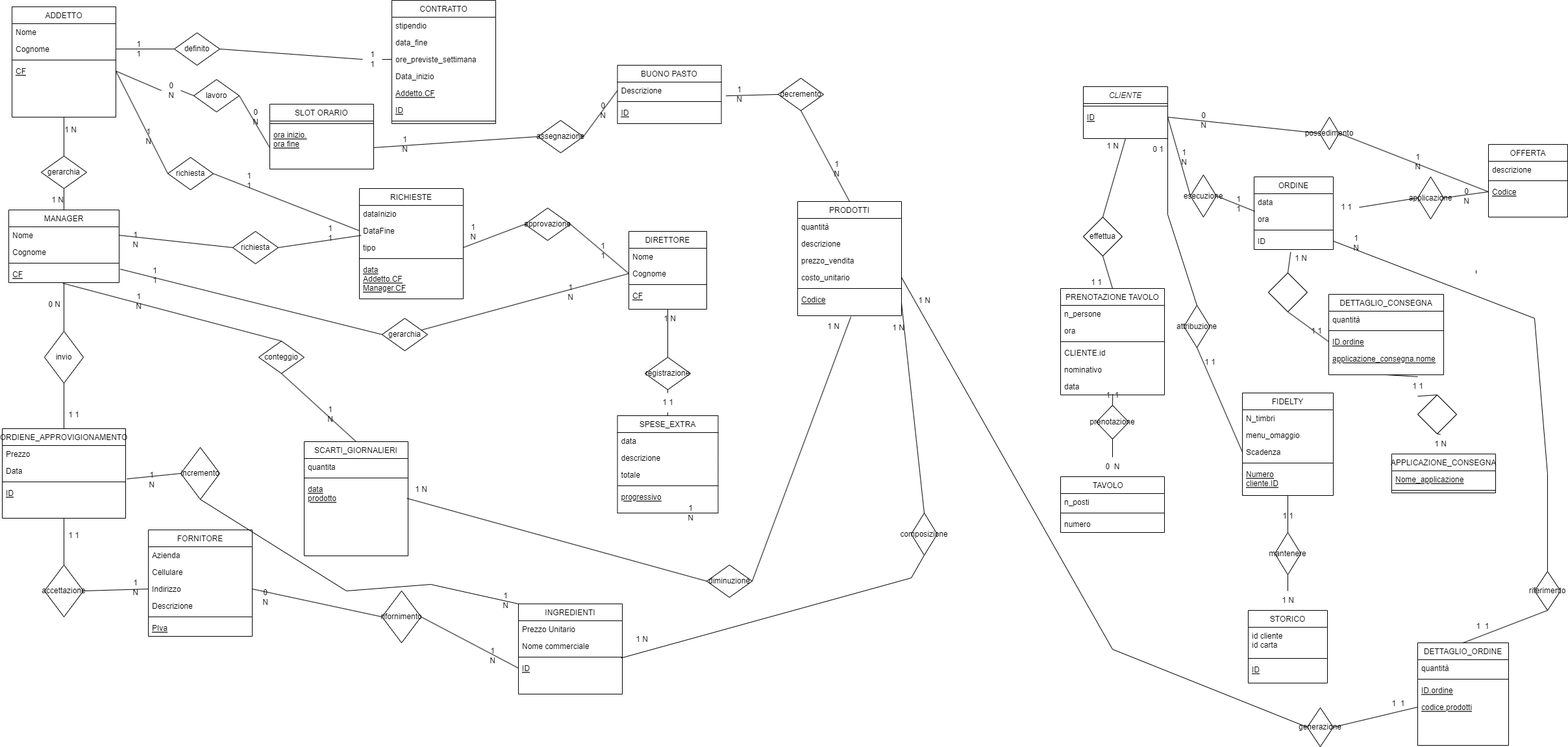
Earlier version of the draw.io export elaborato database/schema_finale.drawio (2).png (MattiaFlamigni/fastfood). Source tidied: cells renumbered, new cells last; positions are measured from the earlier drawing's top-left corner, leaving out a move shared by most shapes.
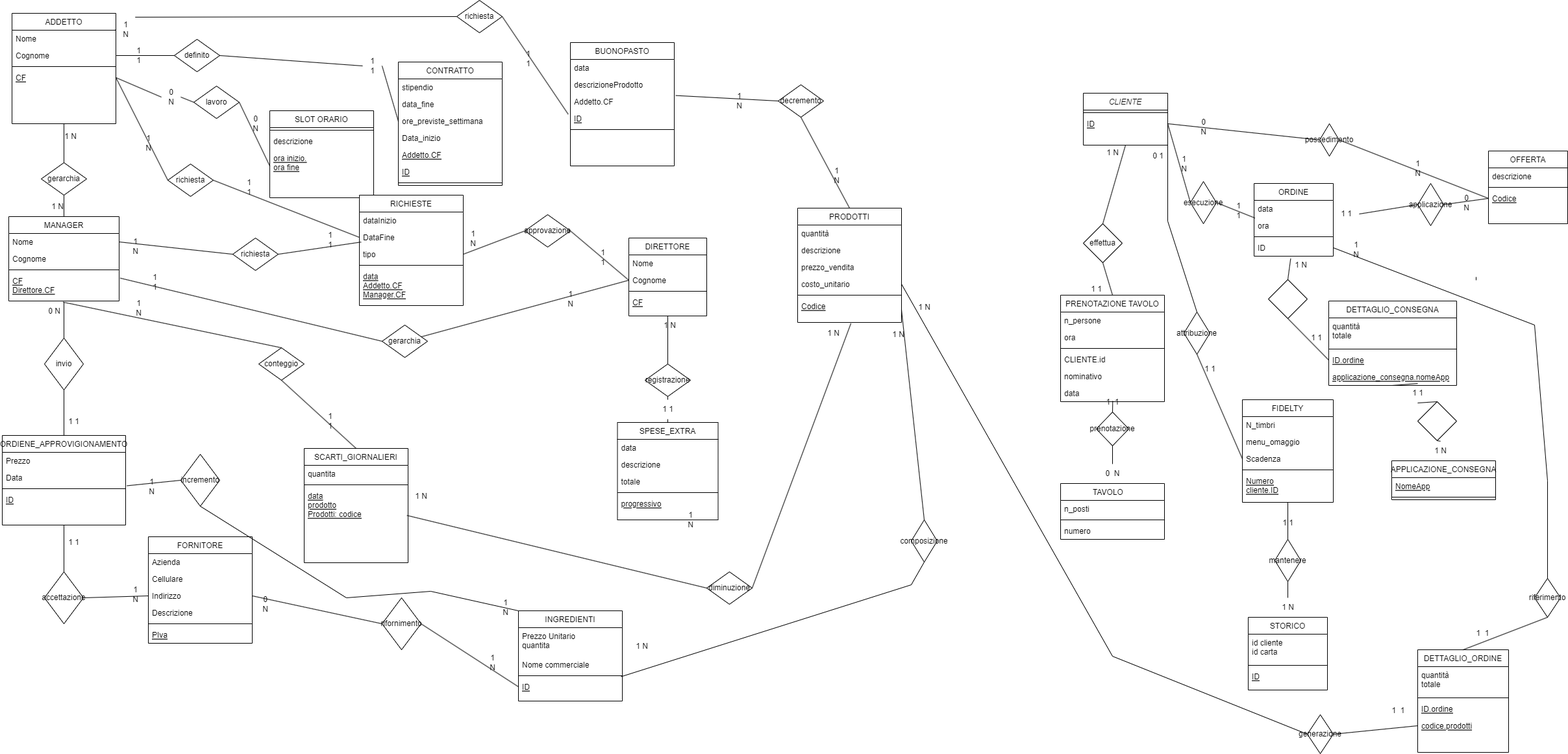
Later version of the same file.

Diff of the diagram source:
```diff
@@ -5,3 +5,3 @@
     <mxCell id="2" value="SLOT ORARIO" style="swimlane;fontStyle=0;align=center;verticalAlign=top;horizontal=1;startSize=26;rounded=0;shadow=0;strokeWidth=1;" parent="1" vertex="1">
-      <mxGeometry x="412" y="160" width="160" height="100" as="geometry" />
+      <mxGeometry x="412" y="160" width="160" height="134" as="geometry" />
     </mxCell>
@@ -10,17 +10,8 @@
     </mxCell>
+    <mxCell id="270" value="descrizione" style="text;align=left;verticalAlign=top;spacingLeft=4;spacingRight=4;overflow=hidden;fontStyle=0;" parent="2" vertex="1">
+      <mxGeometry y="34" width="160" height="26" as="geometry" />
+    </mxCell>
-    <mxCell id="4" value="ora inizio.&#10;ora fine" style="text;align=left;verticalAlign=top;spacingLeft=4;spacingRight=4;overflow=hidden;points=[[0,0.5],[1,0.5]];portConstraint=eastwest;fontStyle=4;" parent="2" vertex="1">
-      <mxGeometry y="34" width="160" height="66" as="geometry" />
+    <mxCell id="4" value="ora inizio.&#10;ora fine&#10;" style="text;align=left;verticalAlign=top;spacingLeft=4;spacingRight=4;overflow=hidden;points=[[0,0.5],[1,0.5]];portConstraint=eastwest;fontStyle=4;" parent="2" vertex="1">
+      <mxGeometry y="60" width="160" height="50" as="geometry" />
     </mxCell>
-    <mxCell id="5" value="BUONO PASTO" style="swimlane;fontStyle=0;align=center;verticalAlign=top;horizontal=1;startSize=26;rounded=0;shadow=0;strokeWidth=1;" parent="1" vertex="1">
-      <mxGeometry x="947.5" y="100" width="160" height="90" as="geometry" />
-    </mxCell>
-    <mxCell id="6" value="Descrizione" style="text;align=left;verticalAlign=top;spacingLeft=4;spacingRight=4;overflow=hidden;points=[[0,0.5],[1,0.5]];portConstraint=eastwest;" parent="5" vertex="1">
-      <mxGeometry y="26" width="160" height="26" as="geometry" />
-    </mxCell>
-    <mxCell id="7" style="line;html=1;strokeWidth=1;align=left;verticalAlign=middle;spacingTop=-1;spacingLeft=3;spacingRight=3;labelPosition=right;" parent="5" vertex="1">
-      <mxGeometry y="52" width="160" height="8" as="geometry" />
-    </mxCell>
-    <mxCell id="8" value="ID" style="text;align=left;verticalAlign=top;spacingLeft=4;spacingRight=4;overflow=hidden;points=[[0,0.5],[1,0.5]];portConstraint=eastwest;fontStyle=4;" parent="5" vertex="1">
-      <mxGeometry y="60" width="160" height="26" as="geometry" />
-    </mxCell>
     <mxCell id="9" value="RICHIESTE" style="swimlane;fontStyle=0;align=center;verticalAlign=top;horizontal=1;startSize=26;rounded=0;shadow=0;strokeWidth=1;" parent="1" vertex="1">
@@ -70,5 +61,2 @@
     </mxCell>
-    <mxCell id="24" value="assegnazione" style="rhombus;whiteSpace=wrap;html=1;" parent="1" vertex="1">
-      <mxGeometry x="825" y="185" width="70" height="50" as="geometry" />
-    </mxCell>
     <mxCell id="25" value="decremento" style="rhombus;whiteSpace=wrap;html=1;" parent="1" vertex="1">
@@ -82,6 +70,3 @@
     </mxCell>
-    <mxCell id="28" style="endArrow=none;html=1;rounded=0;entryX=0;entryY=0.5;entryDx=0;entryDy=0;exitX=1;exitY=0.5;exitDx=0;exitDy=0;" parent="1" edge="1" source="24" target="6">
-      <mxGeometry relative="1" as="geometry" />
-    </mxCell>
-    <mxCell id="29" style="endArrow=none;html=1;rounded=0;entryX=0;entryY=0.5;entryDx=0;entryDy=0;exitX=1.045;exitY=0.814;exitDx=0;exitDy=0;exitPerimeter=0;" parent="1" edge="1" source="6" target="25">
+    <mxCell id="29" style="endArrow=none;html=1;rounded=0;entryX=0;entryY=0.5;entryDx=0;entryDy=0;exitX=1.014;exitY=0.138;exitDx=0;exitDy=0;exitPerimeter=0;" parent="1" edge="1" source="274" target="25">
       <mxGeometry relative="1" as="geometry" />
@@ -130,4 +115,4 @@
     </mxCell>
-    <mxCell id="44" value="data&#10;prodotto" style="text;align=left;verticalAlign=top;spacingLeft=4;spacingRight=4;overflow=hidden;points=[[0,0.5],[1,0.5]];portConstraint=eastwest;fontStyle=4;" parent="41" vertex="1">
-      <mxGeometry y="60" width="160" height="38" as="geometry" />
+    <mxCell id="44" value="data&#10;prodotto&#10;Prodotti: codice" style="text;align=left;verticalAlign=top;spacingLeft=4;spacingRight=4;overflow=hidden;points=[[0,0.5],[1,0.5]];portConstraint=eastwest;fontStyle=4;" parent="41" vertex="1">
+      <mxGeometry y="60" width="160" height="60" as="geometry" />
     </mxCell>
@@ -179,3 +164,3 @@
     <mxCell id="60" value="MANAGER" style="swimlane;fontStyle=0;align=center;verticalAlign=top;horizontal=1;startSize=26;rounded=0;shadow=0;strokeWidth=1;" parent="1" vertex="1">
-      <mxGeometry x="10" y="323" width="170" height="112" as="geometry" />
+      <mxGeometry x="10" y="323" width="170" height="130" as="geometry" />
     </mxCell>
@@ -190,4 +175,4 @@
     </mxCell>
-    <mxCell id="64" value="CF" style="text;align=left;verticalAlign=top;spacingLeft=4;spacingRight=4;overflow=hidden;points=[[0,0.5],[1,0.5]];portConstraint=eastwest;fontStyle=4;" parent="60" vertex="1">
-      <mxGeometry y="86" width="170" height="26" as="geometry" />
+    <mxCell id="64" value="CF&#10;Direttore.CF" style="text;align=left;verticalAlign=top;spacingLeft=4;spacingRight=4;overflow=hidden;points=[[0,0.5],[1,0.5]];portConstraint=eastwest;fontStyle=4;" parent="60" vertex="1">
+      <mxGeometry y="86" width="170" height="44" as="geometry" />
     </mxCell>
@@ -253,13 +238,13 @@
     </mxCell>
-    <mxCell id="85" value="Prezzo Unitario" style="text;align=left;verticalAlign=top;spacingLeft=4;spacingRight=4;overflow=hidden;" parent="84" vertex="1">
-      <mxGeometry y="26" width="160" height="26" as="geometry" />
+    <mxCell id="85" value="Prezzo Unitario&#10;quantita" style="text;align=left;verticalAlign=top;spacingLeft=4;spacingRight=4;overflow=hidden;" parent="84" vertex="1">
+      <mxGeometry y="26" width="160" height="44" as="geometry" />
     </mxCell>
     <mxCell id="86" value="Nome commerciale" style="text;align=left;verticalAlign=top;spacingLeft=4;spacingRight=4;overflow=hidden;rounded=0;shadow=0;html=0;" parent="84" vertex="1">
-      <mxGeometry y="52" width="160" height="26" as="geometry" />
+      <mxGeometry y="70" width="160" height="26" as="geometry" />
     </mxCell>
     <mxCell id="87" style="line;html=1;strokeWidth=1;align=left;verticalAlign=middle;spacingTop=-1;spacingLeft=3;spacingRight=3;labelPosition=right;" parent="84" vertex="1">
-      <mxGeometry y="78" width="160" height="8" as="geometry" />
+      <mxGeometry y="96" width="160" height="8" as="geometry" />
     </mxCell>
     <mxCell id="88" value="ID" style="text;align=left;verticalAlign=top;spacingLeft=4;spacingRight=4;overflow=hidden;points=[[0,0.5],[1,0.5]];portConstraint=eastwest;fontStyle=4;" parent="84" vertex="1">
-      <mxGeometry y="86" width="160" height="26" as="geometry" />
+      <mxGeometry y="104" width="160" height="26" as="geometry" />
     </mxCell>
@@ -313,7 +298,4 @@
     </mxCell>
-    <mxCell id="105" style="endArrow=none;html=1;rounded=0;entryX=0;entryY=0.5;entryDx=0;entryDy=0;exitX=1;exitY=0.5;exitDx=0;exitDy=0;" parent="1" edge="1" source="4" target="24">
-      <mxGeometry relative="1" as="geometry" />
-    </mxCell>
     <mxCell id="106" value="CONTRATTO" style="swimlane;fontStyle=0;align=center;verticalAlign=top;horizontal=1;startSize=26;rounded=0;shadow=0;strokeWidth=1;" parent="1" vertex="1">
-      <mxGeometry x="600" width="160" height="190" as="geometry" />
+      <mxGeometry x="610" y="85" width="160" height="190" as="geometry" />
     </mxCell>
@@ -468,3 +450,3 @@
     </mxCell>
-    <mxCell id="154" value="Nome_applicazione" style="text;align=left;verticalAlign=top;spacingLeft=4;spacingRight=4;overflow=hidden;fontStyle=4;" parent="153" vertex="1">
+    <mxCell id="154" value="NomeApp" style="text;align=left;verticalAlign=top;spacingLeft=4;spacingRight=4;overflow=hidden;fontStyle=4;" parent="153" vertex="1">
       <mxGeometry y="26" width="160" height="26" as="geometry" />
@@ -610,13 +592,13 @@
     </mxCell>
-    <mxCell id="196" value="quantità" style="text;align=left;verticalAlign=top;spacingLeft=4;spacingRight=4;overflow=hidden;rounded=0;shadow=0;html=0;" parent="195" vertex="1">
-      <mxGeometry y="26" width="140" height="26" as="geometry" />
+    <mxCell id="196" value="quantità&#10;totale    " style="text;align=left;verticalAlign=top;spacingLeft=4;spacingRight=4;overflow=hidden;rounded=0;shadow=0;html=0;" parent="195" vertex="1">
+      <mxGeometry y="26" width="140" height="44" as="geometry" />
     </mxCell>
     <mxCell id="197" style="line;html=1;strokeWidth=1;align=left;verticalAlign=middle;spacingTop=-1;spacingLeft=3;spacingRight=3;labelPosition=right;" parent="195" vertex="1">
-      <mxGeometry y="52" width="140" height="8" as="geometry" />
+      <mxGeometry y="70" width="140" height="8" as="geometry" />
     </mxCell>
     <mxCell id="198" value="ID.ordine" style="text;align=left;verticalAlign=top;spacingLeft=4;spacingRight=4;overflow=hidden;fontStyle=4;" parent="195" vertex="1">
-      <mxGeometry y="60" width="140" height="26" as="geometry" />
+      <mxGeometry y="78" width="140" height="26" as="geometry" />
     </mxCell>
     <mxCell id="199" value="codice.prodotti" style="text;align=left;verticalAlign=top;spacingLeft=4;spacingRight=4;overflow=hidden;points=[[0,0.5],[1,0.5]];portConstraint=eastwest;fontStyle=4;" parent="195" vertex="1">
-      <mxGeometry y="86" width="140" height="26" as="geometry" />
+      <mxGeometry y="104" width="140" height="26" as="geometry" />
     </mxCell>
@@ -632,15 +614,15 @@
     <mxCell id="203" value="DETTAGLIO_CONSEGNA" style="swimlane;fontStyle=0;align=center;verticalAlign=top;horizontal=1;startSize=26;rounded=0;shadow=0;strokeWidth=1;" parent="1" vertex="1">
-      <mxGeometry x="2043" y="453" width="177" height="124" as="geometry" />
+      <mxGeometry x="2043" y="453" width="197" height="130" as="geometry" />
     </mxCell>
-    <mxCell id="204" value="quantità" style="text;align=left;verticalAlign=top;spacingLeft=4;spacingRight=4;overflow=hidden;rounded=0;shadow=0;html=0;" parent="203" vertex="1">
-      <mxGeometry y="26" width="177" height="26" as="geometry" />
+    <mxCell id="204" value="quantità&#10;totale" style="text;align=left;verticalAlign=top;spacingLeft=4;spacingRight=4;overflow=hidden;rounded=0;shadow=0;html=0;" parent="203" vertex="1">
+      <mxGeometry y="26" width="197" height="44" as="geometry" />
     </mxCell>
     <mxCell id="205" style="line;html=1;strokeWidth=1;align=left;verticalAlign=middle;spacingTop=-1;spacingLeft=3;spacingRight=3;labelPosition=right;" parent="203" vertex="1">
-      <mxGeometry y="52" width="177" height="8" as="geometry" />
+      <mxGeometry y="70" width="197" height="8" as="geometry" />
     </mxCell>
     <mxCell id="206" value="ID.ordine" style="text;align=left;verticalAlign=top;spacingLeft=4;spacingRight=4;overflow=hidden;points=[[0,0.5],[1,0.5]];portConstraint=eastwest;fontStyle=4;" parent="203" vertex="1">
-      <mxGeometry y="60" width="177" height="26" as="geometry" />
+      <mxGeometry y="78" width="197" height="26" as="geometry" />
     </mxCell>
-    <mxCell id="207" value="applicazione_consegna.nome" style="text;align=left;verticalAlign=top;spacingLeft=4;spacingRight=4;overflow=hidden;fontStyle=4;" parent="203" vertex="1">
-      <mxGeometry y="86" width="177" height="26" as="geometry" />
+    <mxCell id="207" value="applicazione_consegna.nomeApp" style="text;align=left;verticalAlign=top;spacingLeft=4;spacingRight=4;overflow=hidden;fontStyle=4;" parent="203" vertex="1">
+      <mxGeometry y="104" width="197" height="26" as="geometry" />
     </mxCell>
@@ -673,8 +655,2 @@
     </mxCell>
-    <mxCell id="217" value="1&lt;br&gt;N" style="text;html=1;align=center;verticalAlign=middle;points=[];strokeColor=none;fillColor=none;" parent="1" vertex="1">
-      <mxGeometry x="605" y="202" width="30" height="40" as="geometry" />
-    </mxCell>
-    <mxCell id="218" value="0&lt;br&gt;N" style="text;html=1;align=center;verticalAlign=middle;strokeColor=none;fillColor=none;" parent="1" vertex="1">
-      <mxGeometry x="910" y="150" width="30" height="40" as="geometry" />
-    </mxCell>
     <mxCell id="219" value="1&lt;br&gt;N" style="text;html=1;align=center;verticalAlign=middle;strokeColor=none;fillColor=none;" parent="1" vertex="1">
@@ -718,3 +694,3 @@
     </mxCell>
-    <mxCell id="232" value="1&lt;br&gt;N" style="text;html=1;align=center;verticalAlign=middle;strokeColor=none;fillColor=none;" parent="1" vertex="1">
+    <mxCell id="232" value="1&lt;br&gt;1" style="text;html=1;align=center;verticalAlign=middle;strokeColor=none;fillColor=none;" parent="1" vertex="1">
       <mxGeometry x="490" y="618" width="30" height="40" as="geometry" />
@@ -837,2 +813,38 @@
     </mxCell>
+    <mxCell id="271" value="BUONOPASTO" style="swimlane;fontStyle=0;align=center;verticalAlign=top;horizontal=1;startSize=26;rounded=0;shadow=0;strokeWidth=1;" parent="1" vertex="1">
+      <mxGeometry x="875" y="55" width="160" height="190" as="geometry" />
+    </mxCell>
+    <mxCell id="272" value="data" style="text;align=left;verticalAlign=top;spacingLeft=4;spacingRight=4;overflow=hidden;" parent="271" vertex="1">
+      <mxGeometry y="26" width="160" height="26" as="geometry" />
+    </mxCell>
+    <mxCell id="273" value="descrizioneProdotto" style="text;align=left;verticalAlign=top;spacingLeft=4;spacingRight=4;overflow=hidden;" parent="271" vertex="1">
+      <mxGeometry y="52" width="160" height="26" as="geometry" />
+    </mxCell>
+    <mxCell id="274" value="Addetto.CF" style="text;align=left;verticalAlign=top;spacingLeft=4;spacingRight=4;overflow=hidden;points=[[0,0.5],[1,0.5]];portConstraint=eastwest;" parent="271" vertex="1">
+      <mxGeometry y="78" width="160" height="26" as="geometry" />
+    </mxCell>
+    <mxCell id="8" value="ID" style="text;align=left;verticalAlign=top;spacingLeft=4;spacingRight=4;overflow=hidden;points=[[0,0.5],[1,0.5]];portConstraint=eastwest;fontStyle=4;" parent="271" vertex="1">
+      <mxGeometry y="104" width="160" height="26" as="geometry" />
+    </mxCell>
+    <mxCell id="275" style="line;html=1;strokeWidth=1;align=left;verticalAlign=middle;spacingTop=-1;spacingLeft=3;spacingRight=3;labelPosition=right;" parent="271" vertex="1">
+      <mxGeometry y="130" width="160" height="8" as="geometry" />
+    </mxCell>
+    <mxCell id="276" style="endArrow=none;html=1;rounded=0;exitX=0.994;exitY=0.023;exitDx=0;exitDy=0;exitPerimeter=0;entryX=0;entryY=0.5;entryDx=0;entryDy=0;" parent="1" edge="1" source="217" target="277">
+      <mxGeometry relative="1" as="geometry" />
+    </mxCell>
+    <mxCell id="277" value="richiesta" style="rhombus;whiteSpace=wrap;html=1;" parent="1" vertex="1">
+      <mxGeometry x="700" y="-10" width="70" height="50" as="geometry" />
+    </mxCell>
+    <mxCell id="278" style="endArrow=none;html=1;rounded=0;exitX=1;exitY=0.5;exitDx=0;exitDy=0;entryX=-0.021;entryY=0.246;entryDx=0;entryDy=0;entryPerimeter=0;" parent="1" edge="1" source="277" target="8">
+      <mxGeometry relative="1" as="geometry" />
+    </mxCell>
+    <mxCell id="279" style="endArrow=none;html=1;rounded=0;exitX=0.994;exitY=0.023;exitDx=0;exitDy=0;exitPerimeter=0;entryX=0;entryY=0.5;entryDx=0;entryDy=0;" parent="1" edge="1" source="56" target="217">
+      <mxGeometry relative="1" as="geometry" />
+    </mxCell>
+    <mxCell id="217" value="1&lt;br&gt;N" style="text;html=1;align=center;verticalAlign=middle;points=[];strokeColor=none;fillColor=none;" parent="1" vertex="1">
+      <mxGeometry x="175" y="15" width="30" height="40" as="geometry" />
+    </mxCell>
+    <mxCell id="280" value="1&lt;br&gt;1" style="text;html=1;align=center;verticalAlign=middle;strokeColor=none;fillColor=none;" parent="1" vertex="1">
+      <mxGeometry x="795" y="60" width="30" height="40" as="geometry" />
+    </mxCell>
   </root>
```
